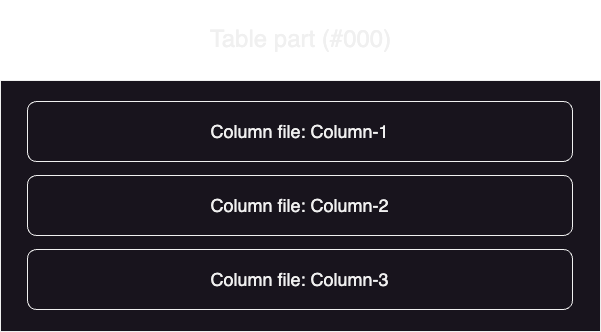
Before: content/posts/clickhouse-paper/images/table-file-organization.png, a diagram exported from draw.io (su225/su225.github.io). Source tidied: cells renumbered, new cells last; positions are measured from the earlier drawing's top-left corner, leaving out a move shared by most shapes. The source it was exported from:
```xml
<mxGraphModel>
  <root>
    <mxCell id="0" />
    <mxCell id="1" parent="0" />
    <mxCell id="2" value="&lt;p style=&quot;font-size: 24px;&quot;&gt;Table part (#000)&lt;/p&gt;" style="rounded=0;whiteSpace=wrap;html=1;verticalAlign=bottom;align=center;fontSize=24;labelPosition=center;verticalLabelPosition=top;spacingLeft=1;" parent="1" vertex="1">
      <mxGeometry width="600" height="251" as="geometry" />
    </mxCell>
    <mxCell id="3" value="Column file: Column-1" style="rounded=1;whiteSpace=wrap;html=1;fontSize=18;" parent="1" vertex="1">
      <mxGeometry x="27" y="21" width="545" height="60" as="geometry" />
    </mxCell>
    <mxCell id="4" value="Column file: Column-2" style="rounded=1;whiteSpace=wrap;html=1;fontSize=18;" parent="1" vertex="1">
      <mxGeometry x="27" y="95" width="545" height="60" as="geometry" />
    </mxCell>
    <mxCell id="5" value="Column file: Column-3" style="rounded=1;whiteSpace=wrap;html=1;fontSize=18;" parent="1" vertex="1">
      <mxGeometry x="27" y="169" width="545" height="60" as="geometry" />
    </mxCell>
  </root>
</mxGraphModel>
```
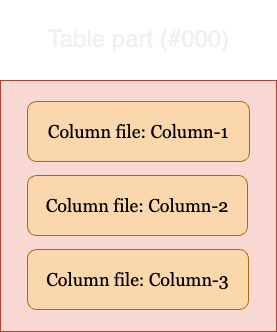
Later version of the same file.

Diff of the diagram source:
```diff
@@ -1,18 +1,18 @@
-<mxGraphModel>
+<mxGraphModel background="#F5F5F5">
   <root>
     <mxCell id="0" />
     <mxCell id="1" parent="0" />
-    <mxCell id="2" value="&lt;p style=&quot;font-size: 24px;&quot;&gt;Table part (#000)&lt;/p&gt;" style="rounded=0;whiteSpace=wrap;html=1;verticalAlign=bottom;align=center;fontSize=24;labelPosition=center;verticalLabelPosition=top;spacingLeft=1;" parent="1" vertex="1">
-      <mxGeometry width="600" height="251" as="geometry" />
+    <mxCell id="2" value="&lt;p style=&quot;font-size: 24px;&quot;&gt;Table part (#000)&lt;/p&gt;" style="rounded=0;whiteSpace=wrap;html=1;verticalAlign=bottom;align=center;fontSize=24;labelPosition=center;verticalLabelPosition=top;spacingLeft=1;fillColor=#fad9d5;strokeColor=#ae4132;" parent="1" vertex="1">
+      <mxGeometry width="276" height="251" as="geometry" />
     </mxCell>
-    <mxCell id="3" value="Column file: Column-1" style="rounded=1;whiteSpace=wrap;html=1;fontSize=18;" parent="1" vertex="1">
-      <mxGeometry x="27" y="21" width="545" height="60" as="geometry" />
+    <mxCell id="3" value="Column file: Column-1" style="rounded=1;whiteSpace=wrap;html=1;fontSize=18;fillColor=#fad7ac;strokeColor=#b46504;fontColor=#000000;fontFamily=Georgia;" parent="1" vertex="1">
+      <mxGeometry x="27" y="21" width="222" height="60" as="geometry" />
     </mxCell>
-    <mxCell id="4" value="Column file: Column-2" style="rounded=1;whiteSpace=wrap;html=1;fontSize=18;" parent="1" vertex="1">
-      <mxGeometry x="27" y="95" width="545" height="60" as="geometry" />
+    <mxCell id="4" value="Column file: Column-2" style="rounded=1;whiteSpace=wrap;html=1;fontSize=18;fillColor=#fad7ac;strokeColor=#b46504;fontColor=#000000;fontFamily=Georgia;" parent="1" vertex="1">
+      <mxGeometry x="27" y="95" width="220" height="60" as="geometry" />
     </mxCell>
-    <mxCell id="5" value="Column file: Column-3" style="rounded=1;whiteSpace=wrap;html=1;fontSize=18;" parent="1" vertex="1">
-      <mxGeometry x="27" y="169" width="545" height="60" as="geometry" />
+    <mxCell id="5" value="Column file: Column-3" style="rounded=1;whiteSpace=wrap;html=1;fontSize=18;fillColor=#fad7ac;strokeColor=#b46504;fontColor=#000000;fontFamily=Georgia;" parent="1" vertex="1">
+      <mxGeometry x="27" y="169" width="221" height="60" as="geometry" />
     </mxCell>
   </root>
 </mxGraphModel>
```
